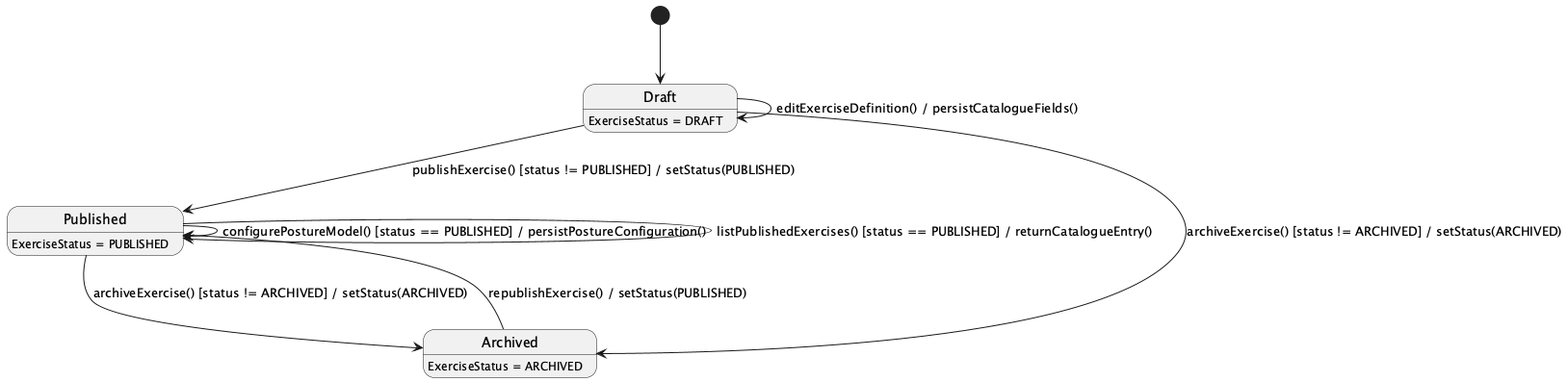
The PlantUML diagram 03_Design/Detailed_Design/MF09_Content_Hub/images/04_Exercise_Catalogue_and_Posture_Configuration_StateChartDiagram.png in ChuongBDHE172784/CareBridge_SEP490_G79, before a commit. Its diagram source:
```plantuml
@startuml
hide empty description
[*] --> Draft

Draft --> Published : publishExercise() [status != PUBLISHED] / setStatus(PUBLISHED)
Published --> Archived : archiveExercise() [status != ARCHIVED] / setStatus(ARCHIVED)
Draft --> Archived : archiveExercise() [status != ARCHIVED] / setStatus(ARCHIVED)
Archived --> Published : republishExercise() / setStatus(PUBLISHED)
Draft --> Draft : editExerciseDefinition() / persistCatalogueFields()
Published --> Published : configurePostureModel() [status == PUBLISHED] / persistPostureConfiguration()
Published --> Published : listPublishedExercises() [status == PUBLISHED] / returnCatalogueEntry()

Draft : ExerciseStatus = DRAFT
Published : ExerciseStatus = PUBLISHED
Archived : ExerciseStatus = ARCHIVED
@enduml
```
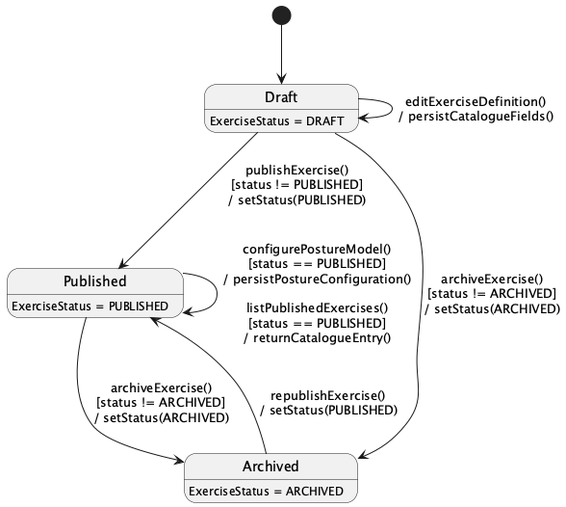
After the commit.

Diff of the diagram source:
```diff
@@ -1,14 +1,13 @@
-@startuml
+@startuml StateChartDiagram_04ExerciseCatalogueandPostureConfiguration
 hide empty description
 [*] --> Draft
 
-Draft --> Published : publishExercise() [status != PUBLISHED] / setStatus(PUBLISHED)
-Published --> Archived : archiveExercise() [status != ARCHIVED] / setStatus(ARCHIVED)
-Draft --> Archived : archiveExercise() [status != ARCHIVED] / setStatus(ARCHIVED)
-Archived --> Published : republishExercise() / setStatus(PUBLISHED)
-Draft --> Draft : editExerciseDefinition() / persistCatalogueFields()
-Published --> Published : configurePostureModel() [status == PUBLISHED] / persistPostureConfiguration()
-Published --> Published : listPublishedExercises() [status == PUBLISHED] / returnCatalogueEntry()
+Draft --> Published : publishExercise()\n[status != PUBLISHED]\n/ setStatus(PUBLISHED)
+Published --> Archived : archiveExercise()\n[status != ARCHIVED]\n/ setStatus(ARCHIVED)
+Draft --> Archived : archiveExercise()\n[status != ARCHIVED]\n/ setStatus(ARCHIVED)
+Archived --> Published : republishExercise()\n/ setStatus(PUBLISHED)
+Draft --> Draft : editExerciseDefinition()\n/ persistCatalogueFields()
+Published --> Published : configurePostureModel()\n[status == PUBLISHED]\n/ persistPostureConfiguration()\n\nlistPublishedExercises()\n[status == PUBLISHED]\n/ returnCatalogueEntry()
 
 Draft : ExerciseStatus = DRAFT
 Published : ExerciseStatus = PUBLISHED
```
